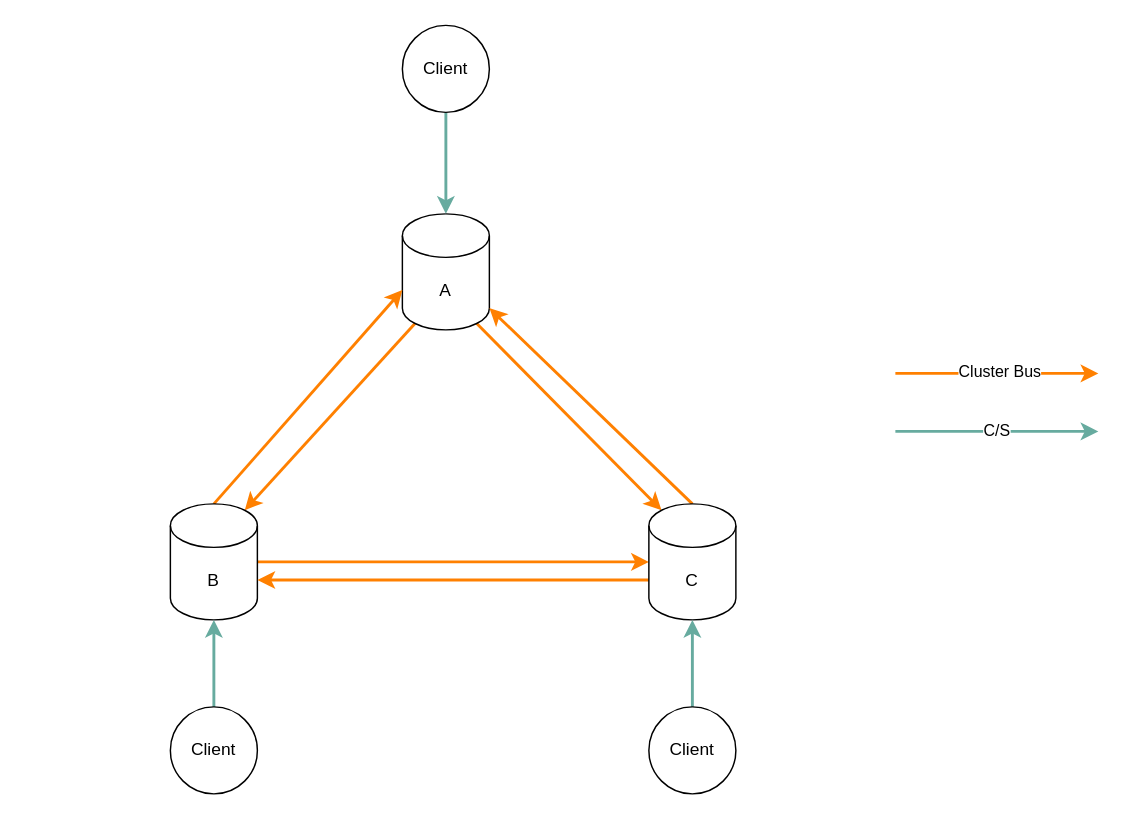
This is page "Cluster" (6 of 6) of Untitled Diagram.drawio from raysonxin/code-notes, a draw.io file, before an edit. Source tidied: cells renumbered, new cells numbered last; positions are measured from the earlier drawing's top-left corner, leaving out a move shared by most shapes. Both pictures are drawn from the tidied source at 145%, with x=0, y=0 at pixel (170, 25).
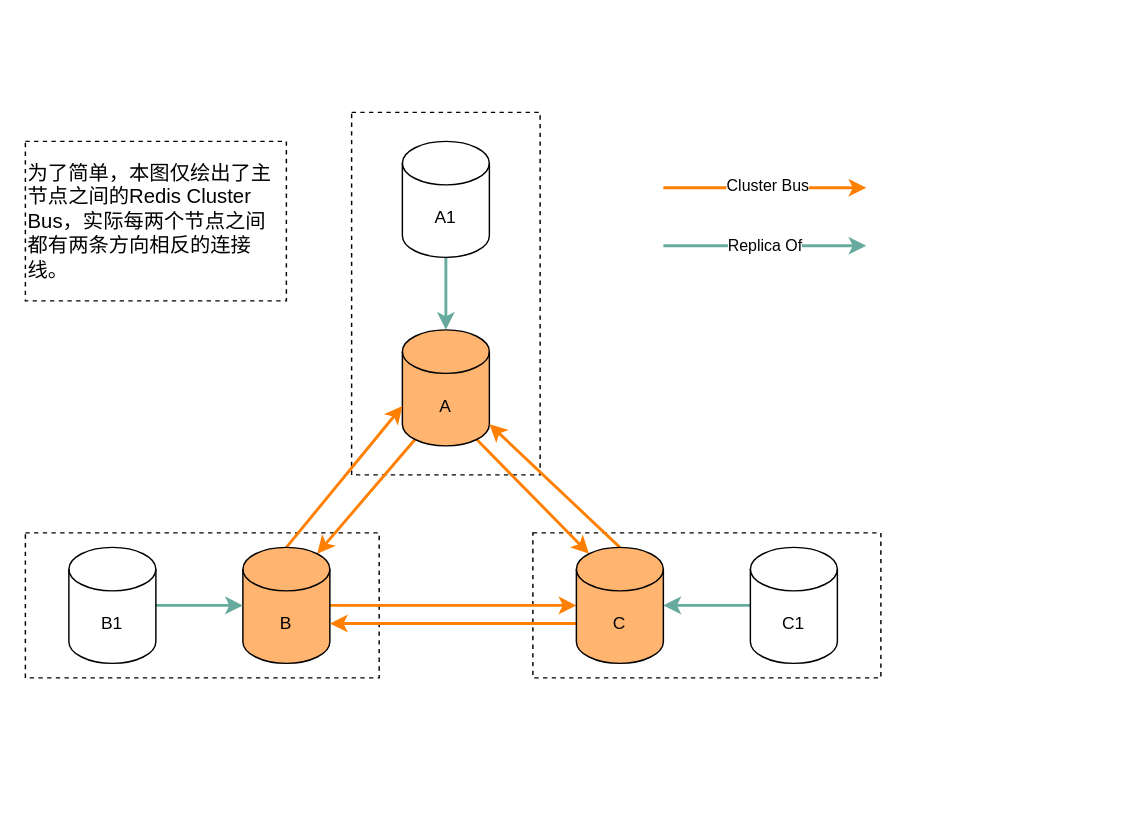
The same page after the edit.

Diff of the diagram source:
```diff
@@
+    <mxCell id="20" style="rounded=0;whiteSpace=wrap;html=1;dashed=1;" parent="1" vertex="1">
+      <mxGeometry x="125" y="60" width="130" height="250" as="geometry" />
+    </mxCell>
+    <mxCell id="21" style="rounded=0;whiteSpace=wrap;html=1;dashed=1;" parent="1" vertex="1">
+      <mxGeometry x="250" y="350" width="240" height="100" as="geometry" />
+    </mxCell>
+    <mxCell id="22" style="rounded=0;whiteSpace=wrap;html=1;dashed=1;" parent="1" vertex="1">
+      <mxGeometry x="-100" y="350" width="244" height="100" as="geometry" />
+    </mxCell>
@@
-    <mxCell id="4" value="A" style="shape=cylinder3;whiteSpace=wrap;html=1;boundedLbl=1;backgroundOutline=1;size=15;" parent="1" vertex="1">
-      <mxGeometry x="160" y="130" width="60" height="80" as="geometry" />
+    <mxCell id="4" value="A" style="shape=cylinder3;whiteSpace=wrap;html=1;boundedLbl=1;backgroundOutline=1;size=15;fillColor=#FFB570;" parent="1" vertex="1">
+      <mxGeometry x="160" y="210" width="60" height="80" as="geometry" />
     </mxCell>
@@
-    <mxCell id="7" value="B" style="shape=cylinder3;whiteSpace=wrap;html=1;boundedLbl=1;backgroundOutline=1;size=15;" parent="1" vertex="1">
-      <mxGeometry y="330" width="60" height="80" as="geometry" />
+    <mxCell id="7" value="B" style="shape=cylinder3;whiteSpace=wrap;html=1;boundedLbl=1;backgroundOutline=1;size=15;fillColor=#FFB570;" parent="1" vertex="1">
+      <mxGeometry x="50" y="360" width="60" height="80" as="geometry" />
     </mxCell>
@@
-    <mxCell id="10" value="C" style="shape=cylinder3;whiteSpace=wrap;html=1;boundedLbl=1;backgroundOutline=1;size=15;" parent="1" vertex="1">
-      <mxGeometry x="330" y="330" width="60" height="80" as="geometry" />
+    <mxCell id="10" value="C" style="shape=cylinder3;whiteSpace=wrap;html=1;boundedLbl=1;backgroundOutline=1;size=15;fillColor=#FFB570;" parent="1" vertex="1">
+      <mxGeometry x="280" y="360" width="60" height="80" as="geometry" />
     </mxCell>
     <mxCell id="11" style="edgeStyle=none;rounded=0;orthogonalLoop=1;jettySize=auto;html=1;exitX=0.5;exitY=0;exitDx=0;exitDy=0;exitPerimeter=0;strokeColor=#FF8000;strokeWidth=2;" parent="1" edge="1">
       <mxGeometry relative="1" as="geometry">
-        <mxPoint x="500" y="240" as="sourcePoint" />
-        <mxPoint x="640" y="240" as="targetPoint" />
+        <mxPoint x="340" y="112" as="sourcePoint" />
+        <mxPoint x="480" y="112" as="targetPoint" />
       </mxGeometry>
     </mxCell>
@@
-    <mxCell id="13" style="edgeStyle=none;rounded=0;jettySize=auto;html=1;entryX=0.5;entryY=1;entryDx=0;entryDy=0;entryPerimeter=0;strokeWidth=2;strokeColor=#67AB9F;" parent="1" edge="1" source="14" target="7">
-      <mxGeometry relative="1" as="geometry" />
-    </mxCell>
-    <mxCell id="14" value="Client" style="ellipse;whiteSpace=wrap;html=1;" parent="1" vertex="1">
-      <mxGeometry y="470" width="60" height="60" as="geometry" />
-    </mxCell>
-    <mxCell id="15" style="edgeStyle=none;rounded=0;jettySize=auto;html=1;exitX=0.5;exitY=0;exitDx=0;exitDy=0;entryX=0.5;entryY=1;entryDx=0;entryDy=0;entryPerimeter=0;strokeColor=#67AB9F;strokeWidth=2;" parent="1" edge="1" source="16" target="10">
-      <mxGeometry relative="1" as="geometry" />
-    </mxCell>
-    <mxCell id="16" value="Client" style="ellipse;whiteSpace=wrap;html=1;" parent="1" vertex="1">
-      <mxGeometry x="330" y="470" width="60" height="60" as="geometry" />
-    </mxCell>
-    <mxCell id="17" style="edgeStyle=none;rounded=0;jettySize=auto;html=1;exitX=0.5;exitY=1;exitDx=0;exitDy=0;strokeColor=#67AB9F;strokeWidth=2;" parent="1" edge="1" source="18" target="4">
-      <mxGeometry relative="1" as="geometry" />
-    </mxCell>
-    <mxCell id="18" value="Client" style="ellipse;whiteSpace=wrap;html=1;" parent="1" vertex="1">
-      <mxGeometry x="160" width="60" height="60" as="geometry" />
-    </mxCell>
-    <mxCell id="19" value="C/S" style="edgeStyle=none;rounded=0;orthogonalLoop=1;jettySize=auto;html=1;exitX=0.5;exitY=1;exitDx=0;exitDy=0;strokeColor=#67AB9F;strokeWidth=2;" parent="1" edge="1">
+    <mxCell id="19" value="Replica Of" style="edgeStyle=none;rounded=0;orthogonalLoop=1;jettySize=auto;html=1;exitX=0.5;exitY=1;exitDx=0;exitDy=0;strokeColor=#67AB9F;strokeWidth=2;" parent="1" edge="1">
       <mxGeometry relative="1" as="geometry">
-        <mxPoint x="500" y="280" as="sourcePoint" />
-        <mxPoint x="640" y="280" as="targetPoint" />
+        <mxPoint x="340" y="152" as="sourcePoint" />
+        <mxPoint x="480" y="152" as="targetPoint" />
       </mxGeometry>
     </mxCell>
+    <mxCell id="23" style="edgeStyle=none;rounded=0;jettySize=auto;html=1;exitX=1;exitY=0.5;exitDx=0;exitDy=0;exitPerimeter=0;entryX=0;entryY=0.5;entryDx=0;entryDy=0;entryPerimeter=0;strokeColor=#67AB9F;strokeWidth=2;" parent="1" edge="1" source="24" target="7">
+      <mxGeometry relative="1" as="geometry" />
+    </mxCell>
+    <mxCell id="24" value="B1" style="shape=cylinder3;whiteSpace=wrap;html=1;boundedLbl=1;backgroundOutline=1;size=15;" parent="1" vertex="1">
+      <mxGeometry x="-70" y="360" width="60" height="80" as="geometry" />
+    </mxCell>
+    <mxCell id="25" style="edgeStyle=none;rounded=0;jettySize=auto;html=1;exitX=0;exitY=0.5;exitDx=0;exitDy=0;exitPerimeter=0;entryX=1;entryY=0.5;entryDx=0;entryDy=0;entryPerimeter=0;strokeColor=#67AB9F;strokeWidth=2;" parent="1" edge="1" source="26" target="10">
+      <mxGeometry relative="1" as="geometry" />
+    </mxCell>
+    <mxCell id="26" value="C1" style="shape=cylinder3;whiteSpace=wrap;html=1;boundedLbl=1;backgroundOutline=1;size=15;" parent="1" vertex="1">
+      <mxGeometry x="400" y="360" width="60" height="80" as="geometry" />
+    </mxCell>
+    <mxCell id="27" style="edgeStyle=none;rounded=0;jettySize=auto;html=1;exitX=0.5;exitY=1;exitDx=0;exitDy=0;exitPerimeter=0;entryX=0.5;entryY=0;entryDx=0;entryDy=0;entryPerimeter=0;strokeColor=#67AB9F;strokeWidth=2;" parent="1" edge="1" source="28" target="4">
+      <mxGeometry relative="1" as="geometry" />
+    </mxCell>
+    <mxCell id="28" value="A1" style="shape=cylinder3;whiteSpace=wrap;html=1;boundedLbl=1;backgroundOutline=1;size=15;" parent="1" vertex="1">
+      <mxGeometry x="160" y="80" width="60" height="80" as="geometry" />
+    </mxCell>
+    <mxCell id="29" style="edgeStyle=none;rounded=0;orthogonalLoop=1;jettySize=auto;html=1;exitX=1;exitY=0.5;exitDx=0;exitDy=0;strokeColor=#67AB9F;strokeWidth=2;" parent="1" edge="1" source="22" target="22">
+      <mxGeometry relative="1" as="geometry" />
+    </mxCell>
+    <mxCell id="30" value="为了简单，本图仅绘出了主节点之间的Redis Cluster Bus，实际每两个节点之间都有两条方向相反的连接线。" style="rounded=0;whiteSpace=wrap;html=1;dashed=1;fillColor=#FFFFFF;align=left;horizontal=1;fontSize=14;" parent="1" vertex="1">
+      <mxGeometry x="-100" y="80" width="180" height="110" as="geometry" />
+    </mxCell>
```
